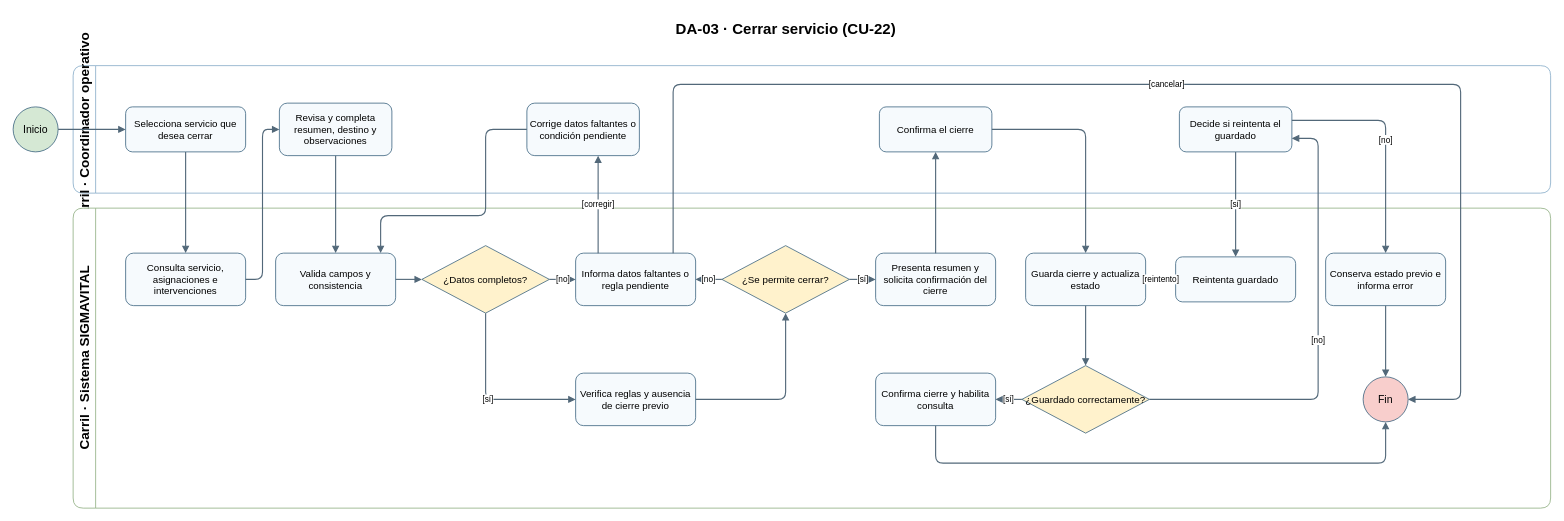
miguel18100/ADSO-3413974 keeps this draw.io diagram as 02-training-project/01-phase/02-planning/05-prototype/04-evidence-learning/02-diagramas-actividades/DA-03-Cerrar-Servicio-CU22.drawio. Above is the earlier version. Source tidied: cells renumbered, new cells numbered last; positions are measured from the earlier drawing's top-left corner, leaving out a move shared by most shapes. Both pictures are drawn from the tidied source at 75%, with x=0, y=0 at pixel (13, 13).
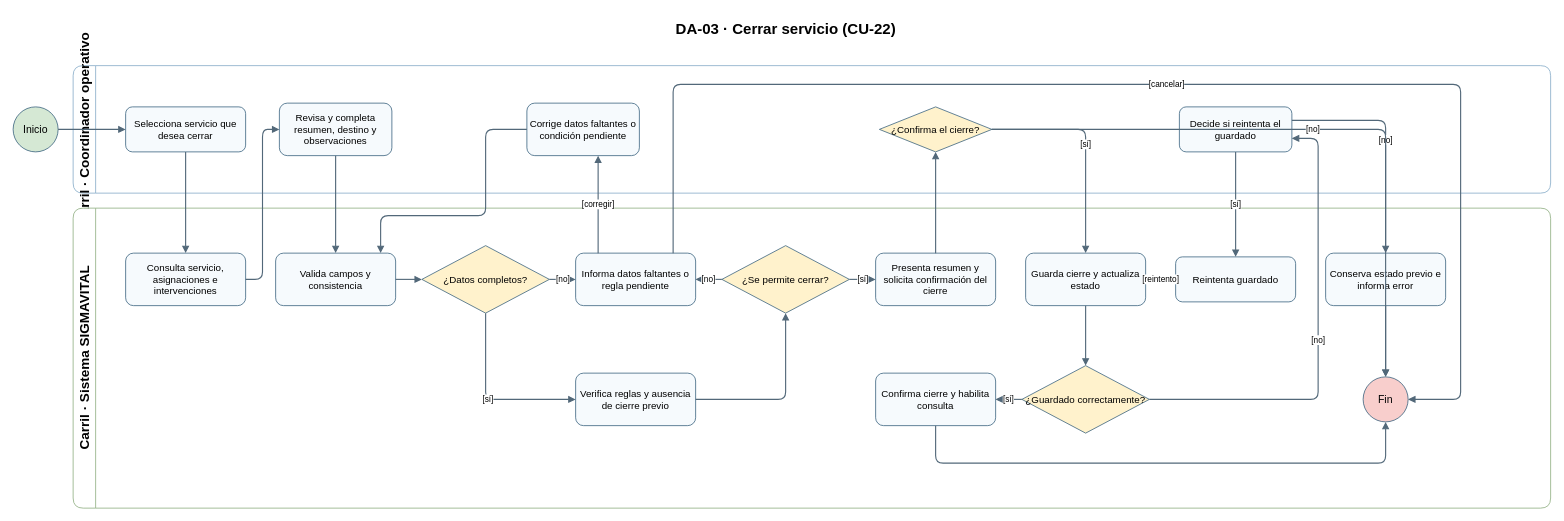
The same diagram, later.

The change refers to these unchanged cells:
```xml
<mxCell id="6" value="Fin" style="ellipse;whiteSpace=wrap;html=1;fillColor=#F8CECC;strokeColor=#315B78;fontSize=14;" parent="1" vertex="1">
  <mxGeometry x="1800" y="485" width="60" height="60" as="geometry" />
</mxCell>
<mxCell id="18" value="Guarda cierre y actualiza estado" style="rounded=1;whiteSpace=wrap;html=1;fillColor=#F6FAFD;strokeColor=#315B78;fontSize=13;" parent="1" vertex="1">
  <mxGeometry x="1350" y="320" width="160" height="70" as="geometry" />
</mxCell>
```

The edit, as a diff of the source:
```diff
@@
-    <mxCell id="10" value="Confirma el cierre" style="rounded=1;whiteSpace=wrap;html=1;fillColor=#F6FAFD;strokeColor=#315B78;fontSize=13;" parent="1" vertex="1">
+    <mxCell id="10" value="¿Confirma el cierre?" style="rhombus;whiteSpace=wrap;html=1;fillColor=#FFF2CC;strokeColor=#315B78;fontSize=13;" parent="1" vertex="1">
       <mxGeometry x="1155" y="125" width="150" height="60" as="geometry" />
     </mxCell>
@@
-    <mxCell id="38" style="edgeStyle=orthogonalEdgeStyle;rounded=1;html=1;strokeColor=#526879;strokeWidth=1.5;endArrow=block;endFill=1;labelBackgroundColor=#ffffff;fontSize=11;exitX=1;exitY=0.5;entryX=0.5;entryY=0;" parent="1" edge="1" source="10" target="18">
+    <mxCell id="38" value="[sí]" style="edgeStyle=orthogonalEdgeStyle;rounded=1;html=1;strokeColor=#526879;strokeWidth=1.5;endArrow=block;endFill=1;labelBackgroundColor=#ffffff;fontSize=11;exitX=1;exitY=0.5;entryX=0.5;entryY=0;" parent="1" edge="1" source="10" target="18">
       <mxGeometry relative="1" as="geometry" />
     </mxCell>
@@
+    <mxCell id="47" value="[no]" style="edgeStyle=orthogonalEdgeStyle;rounded=1;html=1;strokeColor=#526879;strokeWidth=1.5;endArrow=block;endFill=1;labelBackgroundColor=#ffffff;fontSize=11;" parent="1" edge="1" source="10" target="6">
+      <mxGeometry relative="1" as="geometry" />
+    </mxCell>
```
